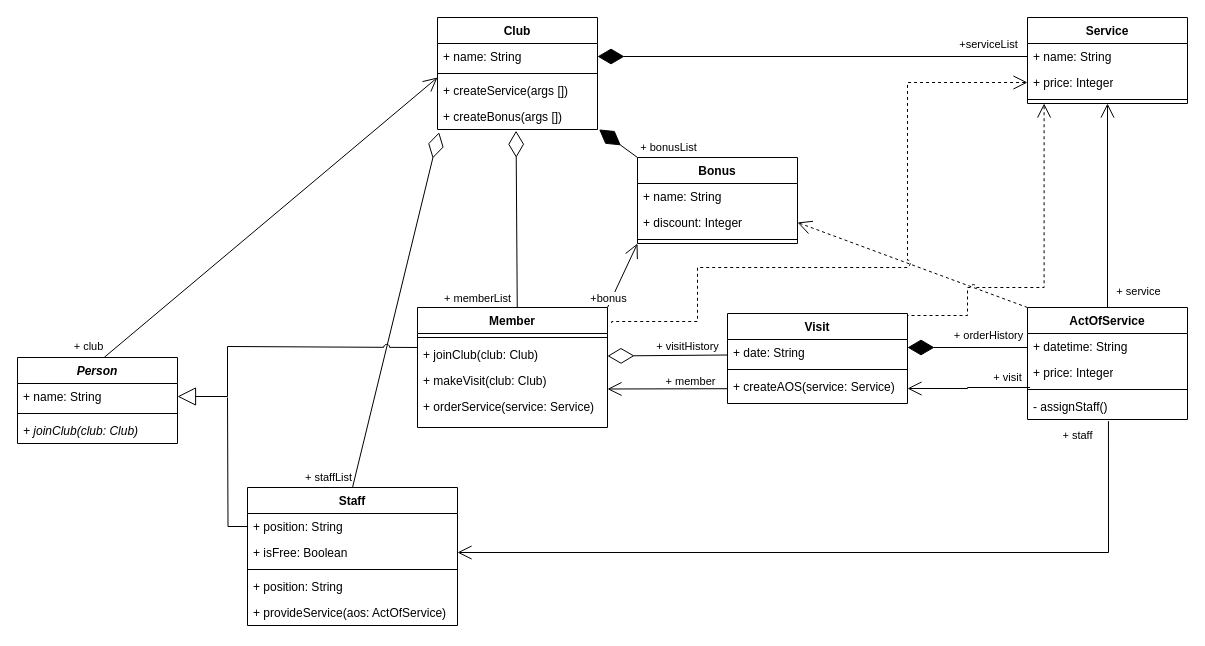
Above: page "Диаграмма классов" (1 of 3) of Lab_2/Lab_2.drawio in 4lnULpGkuW/OOAD (draw.io), before the change. Source tidied: cells renumbered, new cells numbered last; positions are measured from the earlier drawing's top-left corner, leaving out a move shared by most shapes. Both pictures are drawn from the tidied source at 100%, with x=0, y=0 at pixel (17, 17).
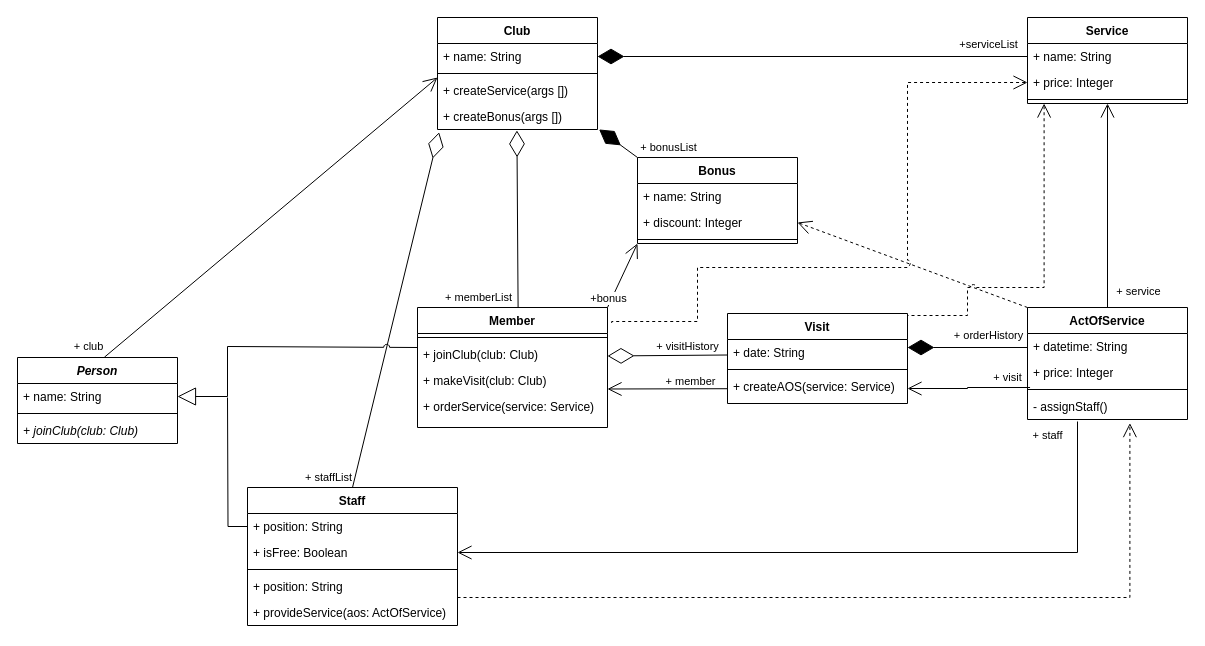
Above is the later version.

The change refers to these unchanged cells:
```xml
<mxCell id="2" value="Member" style="swimlane;fontStyle=1;align=center;verticalAlign=top;horizontal=1;startSize=26;whiteSpace=wrap;html=1;" parent="1" vertex="1">
  <mxGeometry x="400" y="290" width="190" height="120" as="geometry" />
</mxCell>
<mxCell id="11" value="+ createBonus(args [])" style="text;strokeColor=none;fillColor=none;align=left;verticalAlign=top;spacingLeft=4;spacingRight=4;overflow=hidden;points=[[0,0.5],[1,0.5]];portConstraint=eastwest;whiteSpace=wrap;html=1;" parent="7" vertex="1">
  <mxGeometry y="86" width="160" height="26" as="geometry" />
</mxCell>
<mxCell id="26" value="+ isFree: Boolean" style="text;strokeColor=none;fillColor=none;align=left;verticalAlign=top;spacingLeft=4;spacingRight=4;overflow=hidden;points=[[0,0.5],[1,0.5]];portConstraint=eastwest;whiteSpace=wrap;html=1;" parent="24" vertex="1">
  <mxGeometry y="52" width="210" height="26" as="geometry" />
</mxCell>
<mxCell id="34" value="- assignStaff()" style="text;strokeColor=none;fillColor=none;align=left;verticalAlign=top;spacingLeft=4;spacingRight=4;overflow=hidden;points=[[0,0.5],[1,0.5]];portConstraint=eastwest;whiteSpace=wrap;html=1;" parent="30" vertex="1">
  <mxGeometry y="86" width="160" height="26" as="geometry" />
</mxCell>
```

What changed in the source:
```diff
@@
-    <mxCell id="47" style="endArrow=open;endFill=1;endSize=12;html=1;rounded=0;edgeStyle=orthogonalEdgeStyle;exitX=0.506;exitY=1.062;exitDx=0;exitDy=0;exitPerimeter=0;entryX=1;entryY=0.5;entryDx=0;entryDy=0;" parent="1" edge="1" source="34" target="26">
+    <mxCell id="47" style="endArrow=open;endFill=1;endSize=12;html=1;rounded=0;edgeStyle=orthogonalEdgeStyle;entryX=1;entryY=0.5;entryDx=0;entryDy=0;" parent="1" edge="1" target="26">
       <mxGeometry relative="1" as="geometry">
+        <mxPoint x="1060" y="404" as="sourcePoint" />
         <Array as="points">
-          <mxPoint x="1091" y="535" />
+          <mxPoint x="1060" y="404" />
+          <mxPoint x="1060" y="535" />
         </Array>
       </mxGeometry>
     </mxCell>
@@
-    <mxCell id="59" style="endArrow=diamondThin;endFill=0;endSize=24;html=1;rounded=0;entryX=0.491;entryY=1.049;entryDx=0;entryDy=0;entryPerimeter=0;exitX=0.525;exitY=0.003;exitDx=0;exitDy=0;exitPerimeter=0;" parent="1" edge="1" source="2" target="11">
-      <mxGeometry relative="1" as="geometry" />
+    <mxCell id="59" style="endArrow=diamondThin;endFill=0;endSize=24;html=1;rounded=0;entryX=0.491;entryY=1.049;entryDx=0;entryDy=0;entryPerimeter=0;exitX=0.525;exitY=0.003;exitDx=0;exitDy=0;exitPerimeter=0;" parent="1" edge="1">
+      <mxGeometry relative="1" as="geometry">
+        <mxPoint x="500.6" y="290" as="sourcePoint" />
+        <mxPoint x="499.4" y="112.9" as="targetPoint" />
+      </mxGeometry>
     </mxCell>
@@
+    <mxCell id="67" style="endArrow=open;endSize=12;dashed=1;html=1;rounded=0;edgeStyle=orthogonalEdgeStyle;entryX=0.64;entryY=1.138;entryDx=0;entryDy=0;entryPerimeter=0;" parent="1" edge="1" target="34">
+      <mxGeometry relative="1" as="geometry">
+        <mxPoint x="440" y="580" as="sourcePoint" />
+        <Array as="points">
+          <mxPoint x="1112" y="580" />
+        </Array>
+      </mxGeometry>
+    </mxCell>
```
